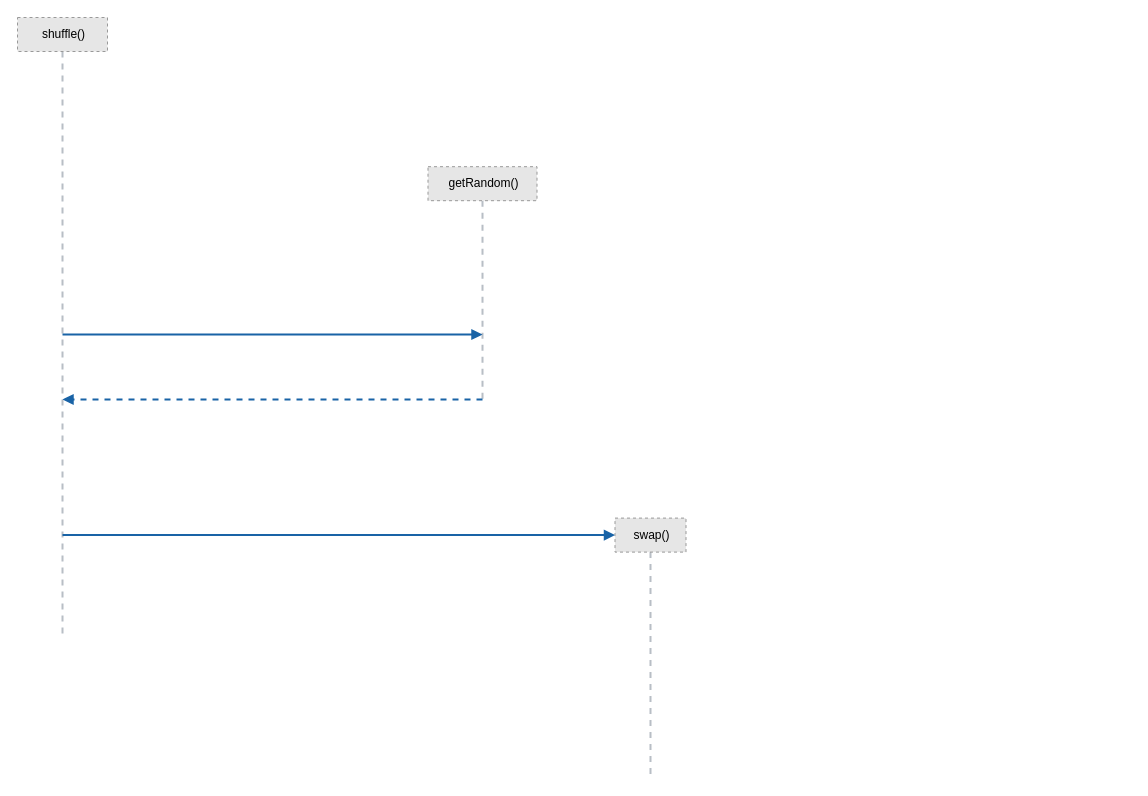
This is graph/draw/FY-sequence.drawio from a1oleg/graphKoda, a draw.io file, before an edit. Source tidied: cells renumbered, new cells numbered last; positions are measured from the earlier drawing's top-left corner, leaving out a move shared by most shapes. Both pictures are drawn from the tidied source at 100%, with x=0, y=0 at pixel (17, 17). Pictures stored in the file or linked from it are replaced by grey dashed boxes.
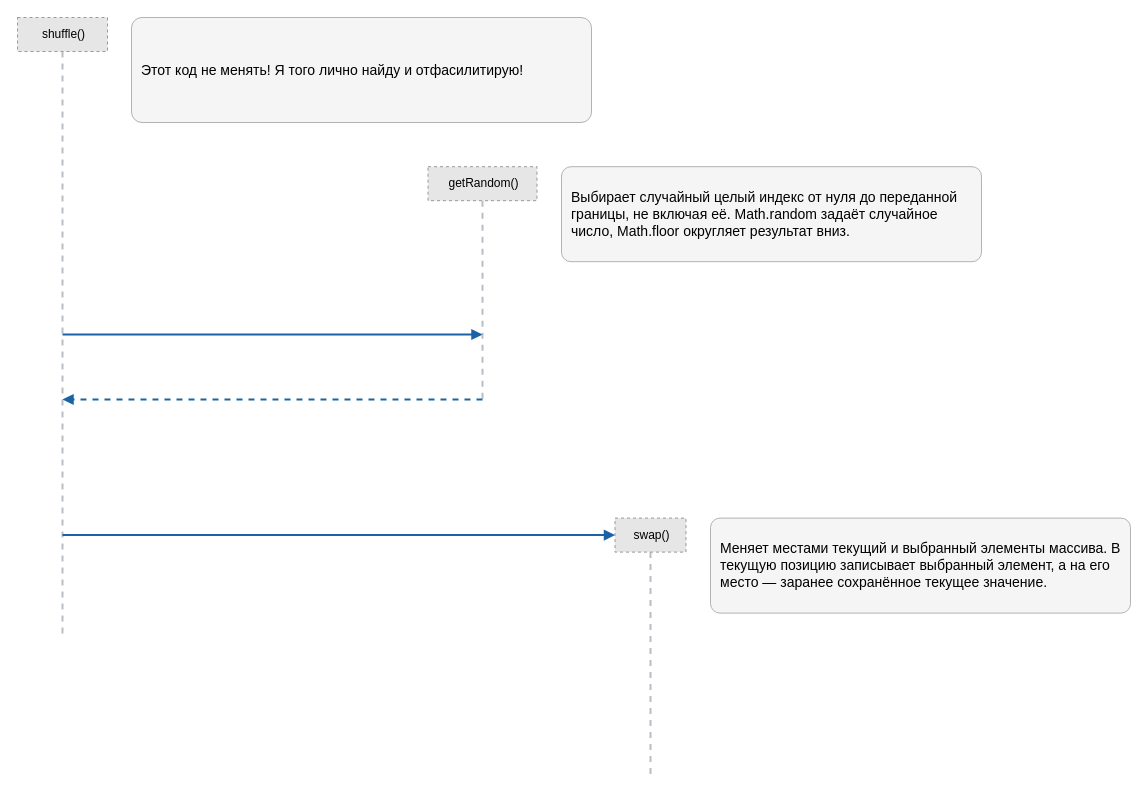
Above is the later version.

Diff of the diagram source:
```diff
@@
 <mxGraphModel>
   <root>
     <mxCell id="0" />
     <mxCell id="1" parent="0" />
     <mxCell id="2" style="strokeColor=#b8bec5;strokeWidth=2;dashed=1;endArrow=none;exitX=0.5;exitY=1;exitDx=0;exitDy=0;" parent="1" edge="1" source="3">
       <mxGeometry relative="1" as="geometry">
         <mxPoint x="45" y="619" as="targetPoint" />
       </mxGeometry>
     </mxCell>
     <mxCell id="3" value="shuffle()" style="fillColor=#E6E6E6;strokeColor=#999999;dashed=1;html=1;whiteSpace=nowrap;align=center;verticalAlign=middle;spacingLeft=12;spacingRight=10;fontSize=12;fontColor=#000000;" parent="1" vertex="1">
       <mxGeometry width="90" height="34" as="geometry" />
     </mxCell>
     <mxCell id="4" style="strokeColor=#b8bec5;strokeWidth=2;dashed=1;endArrow=none;exitX=0.5;exitY=1;exitDx=0;exitDy=0;" parent="1" edge="1" source="5">
       <mxGeometry relative="1" as="geometry">
         <mxPoint x="465" y="382" as="targetPoint" />
       </mxGeometry>
     </mxCell>
     <mxCell id="5" value="getRandom()" style="fillColor=#E6E6E6;strokeColor=#999999;dashed=1;html=1;whiteSpace=nowrap;align=center;verticalAlign=middle;spacingLeft=12;spacingRight=10;fontSize=12;fontColor=#000000;" parent="1" vertex="1">
       <mxGeometry x="410.5" y="149.2" width="109" height="34" as="geometry" />
     </mxCell>
     <mxCell id="6" style="strokeColor=#b8bec5;strokeWidth=2;dashed=1;endArrow=none;exitX=0.5;exitY=1;exitDx=0;exitDy=0;" parent="1" edge="1" source="7">
       <mxGeometry relative="1" as="geometry">
         <mxPoint x="633" y="759" as="targetPoint" />
       </mxGeometry>
     </mxCell>
     <mxCell id="7" value="swap()" style="fillColor=#E6E6E6;strokeColor=#999999;dashed=1;html=1;whiteSpace=nowrap;align=center;verticalAlign=middle;spacingLeft=12;spacingRight=10;fontSize=12;fontColor=#000000;" parent="1" vertex="1">
       <mxGeometry x="597.5" y="500.6" width="71" height="34" as="geometry" />
     </mxCell>
     <mxCell id="8" style="html=0;fontFamily=Arial;fontSize=14;fontColor=#1963a6;strokeColor=#1963a6;strokeWidth=2;endArrow=block;endFill=1;dashed=0;labelBackgroundColor=#ffffff;" parent="1" edge="1">
       <mxGeometry relative="1" as="geometry">
         <mxPoint x="45" y="317" as="sourcePoint" />
         <mxPoint x="465" y="317" as="targetPoint" />
       </mxGeometry>
     </mxCell>
     <mxCell id="9" style="html=0;fontFamily=Arial;fontSize=14;fontColor=#1963a6;strokeColor=#1963a6;strokeWidth=2;endArrow=block;endFill=1;dashed=0;labelBackgroundColor=#ffffff;entryX=0;entryY=0.5;entryDx=0;entryDy=0;entryX=0;entryY=0.5;entryDx=0;entryDy=0;" parent="1" edge="1" target="7">
       <mxGeometry relative="1" as="geometry">
         <mxPoint x="45" y="517.6" as="sourcePoint" />
       </mxGeometry>
     </mxCell>
     <mxCell id="10" style="html=0;fontFamily=Arial;fontSize=14;fontColor=#1963a6;strokeColor=#1963a6;strokeWidth=2;endArrow=block;endFill=1;dashed=1;labelBackgroundColor=#ffffff;" parent="1" edge="1">
       <mxGeometry relative="1" as="geometry">
         <mxPoint x="465" y="382" as="sourcePoint" />
         <mxPoint x="45" y="382" as="targetPoint" />
       </mxGeometry>
     </mxCell>
+    <mxCell id="11" value="Этот код не менять! Я того лично найду и отфасилитирую!" style="rounded=1;arcSize=10;whiteSpace=wrap;html=0;fontSize=14;fontStyle=0;align=left;verticalAlign=middle;spacing=10;fillColor=#f5f5f5;strokeColor=#b3b3b3;fontColor=#000000;" parent="1" vertex="1">
+      <mxGeometry x="114" width="460" height="105" as="geometry" />
+    </mxCell>
+    <mxCell id="12" value="Выбирает случайный целый индекс от нуля до переданной границы, не включая её. Math.random задаёт случайное число, Math.floor округляет результат вниз." style="rounded=1;arcSize=10;whiteSpace=wrap;html=0;fontSize=14;fontStyle=0;align=left;verticalAlign=middle;spacing=10;fillColor=#f5f5f5;strokeColor=#b3b3b3;fontColor=#000000;" parent="1" vertex="1">
+      <mxGeometry x="544" y="149.2" width="420" height="95" as="geometry" />
+    </mxCell>
+    <mxCell id="13" value="Меняет местами текущий и выбранный элементы массива. В текущую позицию записывает выбранный элемент, а на его место — заранее сохранённое текущее значение." style="rounded=1;arcSize=10;whiteSpace=wrap;html=0;fontSize=14;fontStyle=0;align=left;verticalAlign=middle;spacing=10;fillColor=#f5f5f5;strokeColor=#b3b3b3;fontColor=#000000;" parent="1" vertex="1">
+      <mxGeometry x="693" y="500.6" width="420" height="95" as="geometry" />
+    </mxCell>
   </root>
 </mxGraphModel>
```
